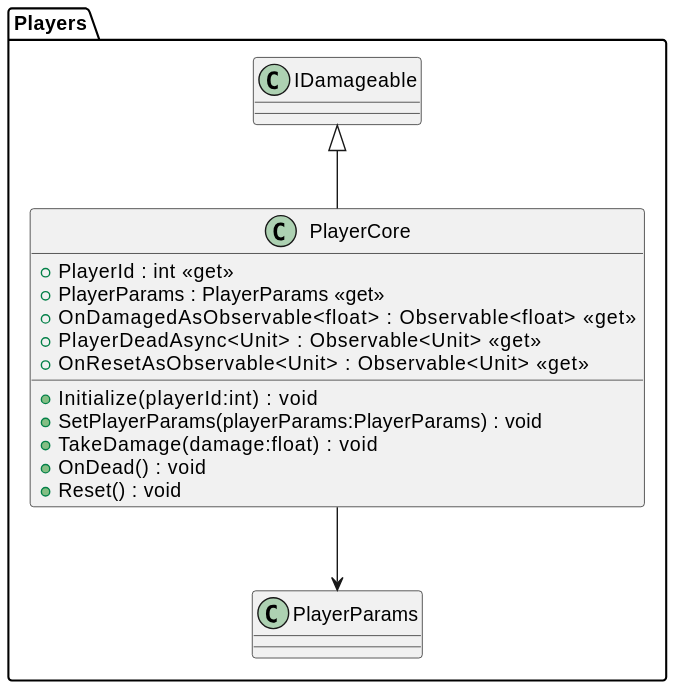
This is plantuml/out/Player/PlayerCore.svg from asterisk-cn/RougueShooter, a PlantUML export, as it was before one commit. Source of this version:
```plantuml
@startuml
namespace Players{
class PlayerCore {
    + PlayerId : int <<get>>
    + PlayerParams : PlayerParams <<get>>
    + OnDamagedAsObservable<float> : Observable<float> <<get>>
    + PlayerDeadAsync<Unit> : Observable<Unit> <<get>>
    + OnResetAsObservable<Unit> : Observable<Unit> <<get>>
    + Initialize(playerId:int) : void
    + SetPlayerParams(playerParams:PlayerParams) : void
    + TakeDamage(damage:float) : void
    + OnDead() : void
    + Reset() : void
}
IDamageable <|-- PlayerCore
PlayerCore --> PlayerParams
}
@enduml
```
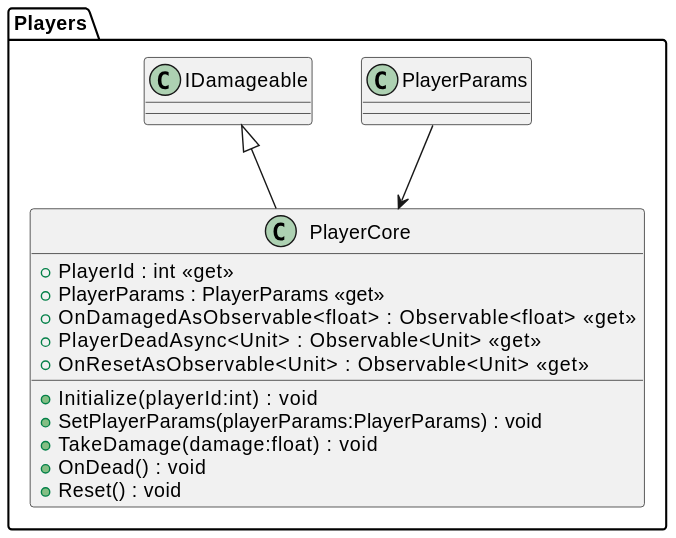
After the change.

Diff of the diagram source:
```diff
@@ -13,6 +13,6 @@
     + Reset() : void
 }
 IDamageable <|-- PlayerCore
-PlayerCore --> PlayerParams
+Players.PlayerParams --> PlayerCore
 }
 @enduml
```
